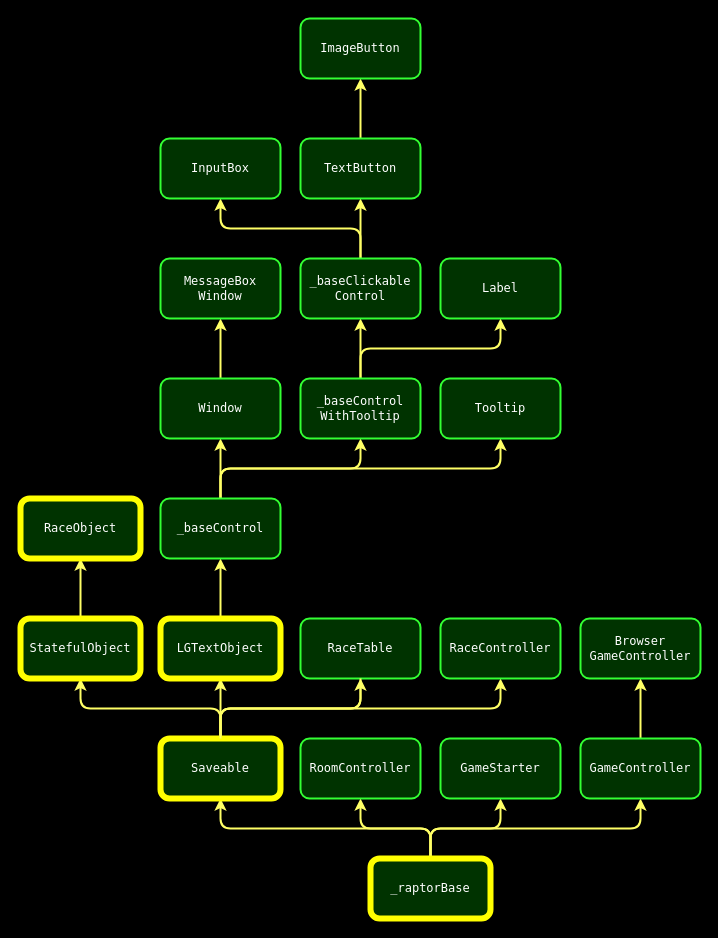
The draw.io diagram _assets_/raptor-objects.drawio in Grisgram/gml-raptor, before the edit. Source tidied: cells renumbered, new cells numbered last; positions are measured from the earlier drawing's top-left corner, leaving out a move shared by most shapes. Both pictures are drawn from the tidied source at 100%, with x=0, y=0 at pixel (20, 18).
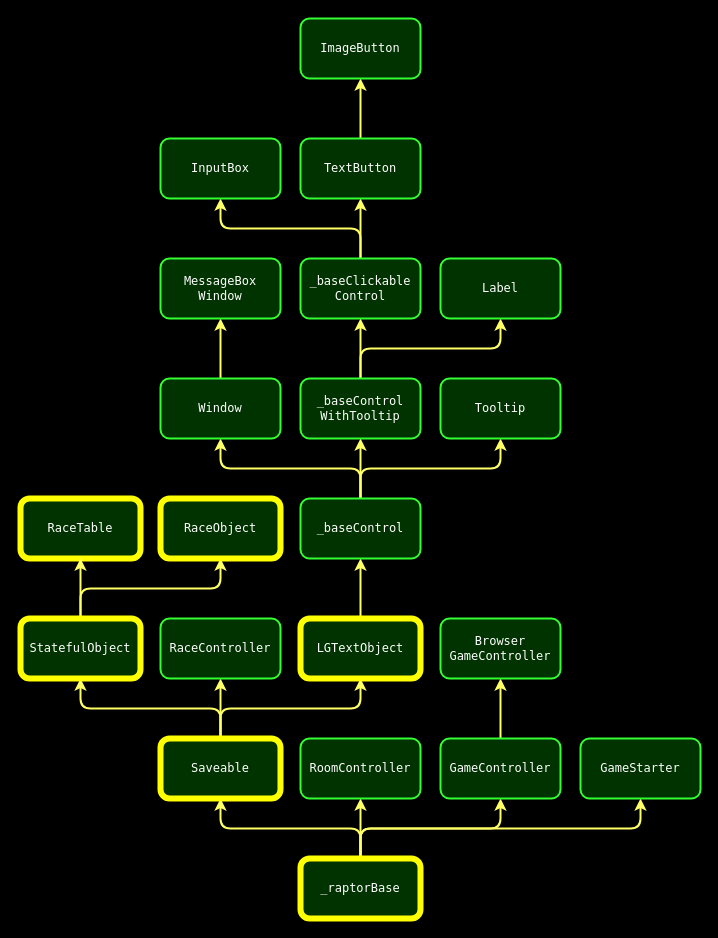
Above is the later version.

The change refers to these unchanged cells:
```xml
<mxCell id="12" value="&lt;font face=&quot;Lucida Console&quot;&gt;Saveable&lt;/font&gt;" style="rounded=1;whiteSpace=wrap;html=1;fillColor=#003300;strokeColor=#FFFF00;strokeWidth=6;fontColor=#FFFFFF;" parent="1" vertex="1">
  <mxGeometry x="140" y="720" width="120" height="60" as="geometry" />
</mxCell>
<mxCell id="42" value="&lt;font face=&quot;Lucida Console&quot;&gt;StatefulObject&lt;/font&gt;" style="rounded=1;whiteSpace=wrap;html=1;fillColor=#003300;strokeColor=#FFFF00;fontColor=#FFFFFF;strokeWidth=6;" parent="1" vertex="1">
  <mxGeometry y="600" width="120" height="60" as="geometry" />
</mxCell>
```

The edit, as a diff of the source:
```diff
@@
     <mxCell id="6" value="&lt;font face=&quot;Lucida Console&quot;&gt;_raptorBase&lt;/font&gt;" style="rounded=1;whiteSpace=wrap;html=1;fillColor=#003300;strokeColor=#FFFF00;fontColor=#FFFFFF;strokeWidth=6;" parent="1" vertex="1">
-      <mxGeometry x="350" y="840" width="120" height="60" as="geometry" />
+      <mxGeometry x="280" y="840" width="120" height="60" as="geometry" />
     </mxCell>
     <mxCell id="7" value="&lt;font face=&quot;Lucida Console&quot;&gt;GameStarter&lt;/font&gt;" style="rounded=1;whiteSpace=wrap;html=1;fillColor=#003300;strokeColor=#33FF33;fontColor=#FFFFFF;strokeWidth=2;" parent="1" vertex="1">
-      <mxGeometry x="420" y="720" width="120" height="60" as="geometry" />
+      <mxGeometry x="560" y="720" width="120" height="60" as="geometry" />
     </mxCell>
@@
-    <mxCell id="9" style="edgeStyle=orthogonalEdgeStyle;shape=connector;rounded=1;jettySize=auto;html=1;exitX=0.5;exitY=0;exitDx=0;exitDy=0;entryX=0.5;entryY=1;entryDx=0;entryDy=0;labelBackgroundColor=default;fontFamily=Helvetica;fontSize=12;fontColor=#FFFFFF;endArrow=classic;strokeColor=#FFFF66;strokeWidth=2;" parent="1" edge="1" source="12" target="39">
-      <mxGeometry relative="1" as="geometry" />
-    </mxCell>
@@
     <mxCell id="15" value="&lt;font face=&quot;Lucida Console&quot;&gt;GameController&lt;/font&gt;" style="rounded=1;whiteSpace=wrap;html=1;fillColor=#003300;strokeColor=#33FF33;fontColor=#FFFFFF;strokeWidth=2;" parent="1" vertex="1">
-      <mxGeometry x="560" y="720" width="120" height="60" as="geometry" />
+      <mxGeometry x="420" y="720" width="120" height="60" as="geometry" />
     </mxCell>
     <mxCell id="16" value="&lt;font face=&quot;Lucida Console&quot;&gt;Browser&lt;br&gt;GameController&lt;/font&gt;" style="rounded=1;html=1;fillColor=#003300;strokeColor=#33FF33;fontColor=#FFFFFF;strokeWidth=2;whiteSpace=wrap;" parent="1" vertex="1">
-      <mxGeometry x="560" y="600" width="120" height="60" as="geometry" />
+      <mxGeometry x="420" y="600" width="120" height="60" as="geometry" />
     </mxCell>
     <mxCell id="17" value="&lt;font face=&quot;Lucida Console&quot;&gt;RaceController&lt;/font&gt;" style="rounded=1;whiteSpace=wrap;html=1;fillColor=#003300;strokeColor=#33FF33;fontColor=#FFFFFF;strokeWidth=2;" parent="1" vertex="1">
-      <mxGeometry x="420" y="600" width="120" height="60" as="geometry" />
+      <mxGeometry x="140" y="600" width="120" height="60" as="geometry" />
     </mxCell>
@@
     <mxCell id="19" value="&lt;font face=&quot;Lucida Console&quot;&gt;LGTextObject&lt;/font&gt;" style="rounded=1;whiteSpace=wrap;html=1;fillColor=#003300;strokeColor=#FFFF00;fontColor=#FFFFFF;strokeWidth=6;" parent="1" vertex="1">
-      <mxGeometry x="140" y="600" width="120" height="60" as="geometry" />
+      <mxGeometry x="280" y="600" width="120" height="60" as="geometry" />
     </mxCell>
@@
     <mxCell id="23" value="&lt;font face=&quot;Lucida Console&quot;&gt;_baseControl&lt;/font&gt;" style="rounded=1;whiteSpace=wrap;html=1;fillColor=#003300;strokeColor=#33FF33;fontColor=#FFFFFF;strokeWidth=2;" parent="1" vertex="1">
-      <mxGeometry x="140" y="480" width="120" height="60" as="geometry" />
+      <mxGeometry x="280" y="480" width="120" height="60" as="geometry" />
     </mxCell>
@@
-    <mxCell id="39" value="&lt;font face=&quot;Lucida Console&quot;&gt;RaceTable&lt;/font&gt;" style="rounded=1;whiteSpace=wrap;html=1;fillColor=#003300;strokeColor=#33FF33;fontColor=#FFFFFF;strokeWidth=2;" parent="1" vertex="1">
-      <mxGeometry x="280" y="600" width="120" height="60" as="geometry" />
+    <mxCell id="39" value="&lt;font face=&quot;Lucida Console&quot;&gt;RaceTable&lt;/font&gt;" style="rounded=1;whiteSpace=wrap;html=1;fillColor=#003300;strokeColor=#FFFF00;fontColor=#FFFFFF;strokeWidth=6;" parent="1" vertex="1">
+      <mxGeometry y="480" width="120" height="60" as="geometry" />
     </mxCell>
-    <mxCell id="40" style="edgeStyle=orthogonalEdgeStyle;shape=connector;rounded=1;jettySize=auto;html=1;exitX=0.5;exitY=0;exitDx=0;exitDy=0;entryX=0.5;entryY=1;entryDx=0;entryDy=0;labelBackgroundColor=default;fontFamily=Helvetica;fontSize=12;fontColor=#FFFFFF;endArrow=none;strokeColor=#FFFF66;strokeWidth=2;" parent="1" edge="1" source="12" target="39">
-      <mxGeometry relative="1" as="geometry" />
-    </mxCell>
@@
+    <mxCell id="44" style="edgeStyle=orthogonalEdgeStyle;shape=connector;rounded=1;jettySize=auto;html=1;exitX=0.5;exitY=0;exitDx=0;exitDy=0;entryX=0.5;entryY=1;entryDx=0;entryDy=0;labelBackgroundColor=default;fontFamily=Helvetica;fontSize=12;fontColor=#FFFFFF;endArrow=classic;strokeColor=#FFFF66;strokeWidth=2;fillColor=#003300;" parent="1" edge="1" source="42" target="39">
+      <mxGeometry relative="1" as="geometry" />
+    </mxCell>
@@
     <mxCell id="43" value="&lt;font face=&quot;Lucida Console&quot;&gt;RaceObject&lt;/font&gt;" style="rounded=1;whiteSpace=wrap;html=1;fillColor=#003300;strokeColor=#FFFF00;fontColor=#FFFFFF;strokeWidth=6;" parent="1" vertex="1">
-      <mxGeometry y="480" width="120" height="60" as="geometry" />
+      <mxGeometry x="140" y="480" width="120" height="60" as="geometry" />
     </mxCell>
```
